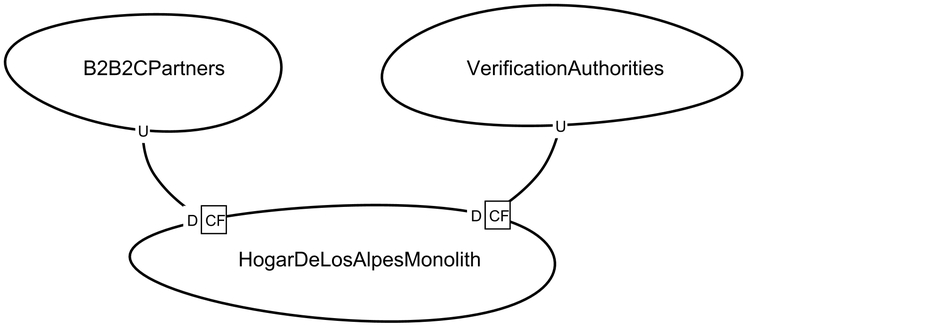
Above: src-gen/hogar-de-los-alpes-as-is_ContextMap.png in dso-uniandes/apps-no-monoliticas (Graphviz), before the change. Its source is kept beside it as src-gen/hogar-de-los-alpes-as-is_ContextMap.gv.
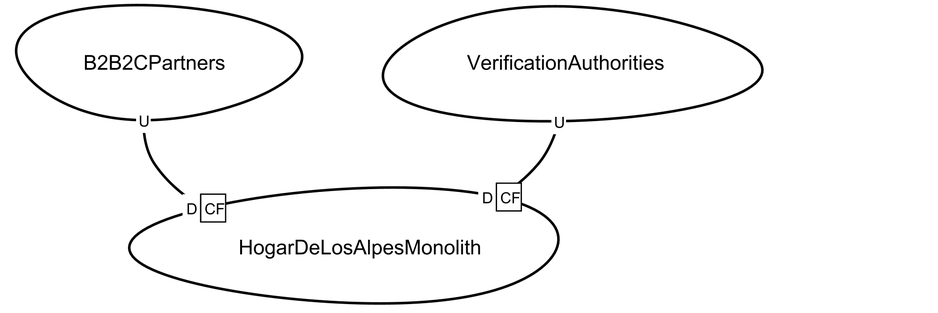
The same file after the commit.

Diff of the diagram source:
```diff
@@ -1,8 +1,8 @@
 digraph "ContextMapGraph" {
 graph ["imagepath"="C:\Users\danie\AppData\Local\Temp\GraphvizJava"]
-"B2B2CPartners" ["margin"="0.3","orientation"="160","shape"="egg","fontsize"="16","style"="bold","label"="B2B2CPartners\n","fontname"="sans-serif"]
-"HogarDeLosAlpesMonolith" ["margin"="0.3","orientation"="199","shape"="egg","fontsize"="16","style"="bold","label"="HogarDeLosAlpesMonolith\n","fontname"="sans-serif"]
-"VerificationAuthorities" ["margin"="0.3","orientation"="334","shape"="egg","fontsize"="16","style"="bold","label"="VerificationAuthorities\n","fontname"="sans-serif"]
+"B2B2CPartners" ["margin"="0.3","orientation"="208","shape"="egg","fontsize"="16","style"="bold","label"="B2B2CPartners\n","fontname"="sans-serif"]
+"HogarDeLosAlpesMonolith" ["margin"="0.3","orientation"="118","shape"="egg","fontsize"="16","style"="bold","label"="HogarDeLosAlpesMonolith\n","fontname"="sans-serif"]
+"VerificationAuthorities" ["margin"="0.3","orientation"="28","shape"="egg","fontsize"="16","style"="bold","label"="VerificationAuthorities\n","fontname"="sans-serif"]
 "B2B2CPartners" -> "HogarDeLosAlpesMonolith" ["headlabel"=<<table cellspacing="0" cellborder="1" border="0">
 <tr><td bgcolor="white" sides="r">D</td><td sides="trbl" bgcolor="white"><font>CF</font></td></tr>
 </table>>,"labeldistance"="0","fontsize"="12","taillabel"=<<table cellspacing="0" cellborder="0" border="0">
```
